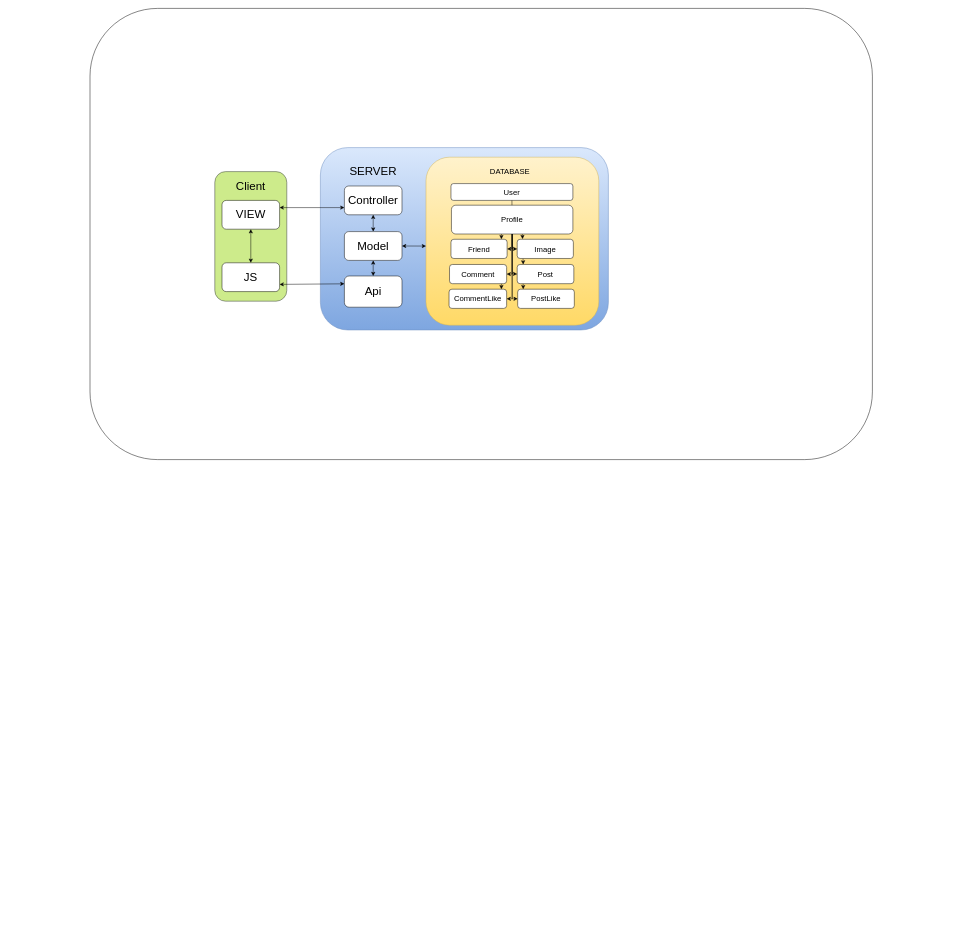
Earlier version of the draw.io diagram Social Media.drawio (jacob-landis/Lumin). Source tidied: cells renumbered, new cells numbered last; positions are measured from the earlier drawing's top-left corner, leaving out a move shared by most shapes. Both pictures are drawn from the tidied source at 48%, with x=0, y=0 at pixel (90, 8).
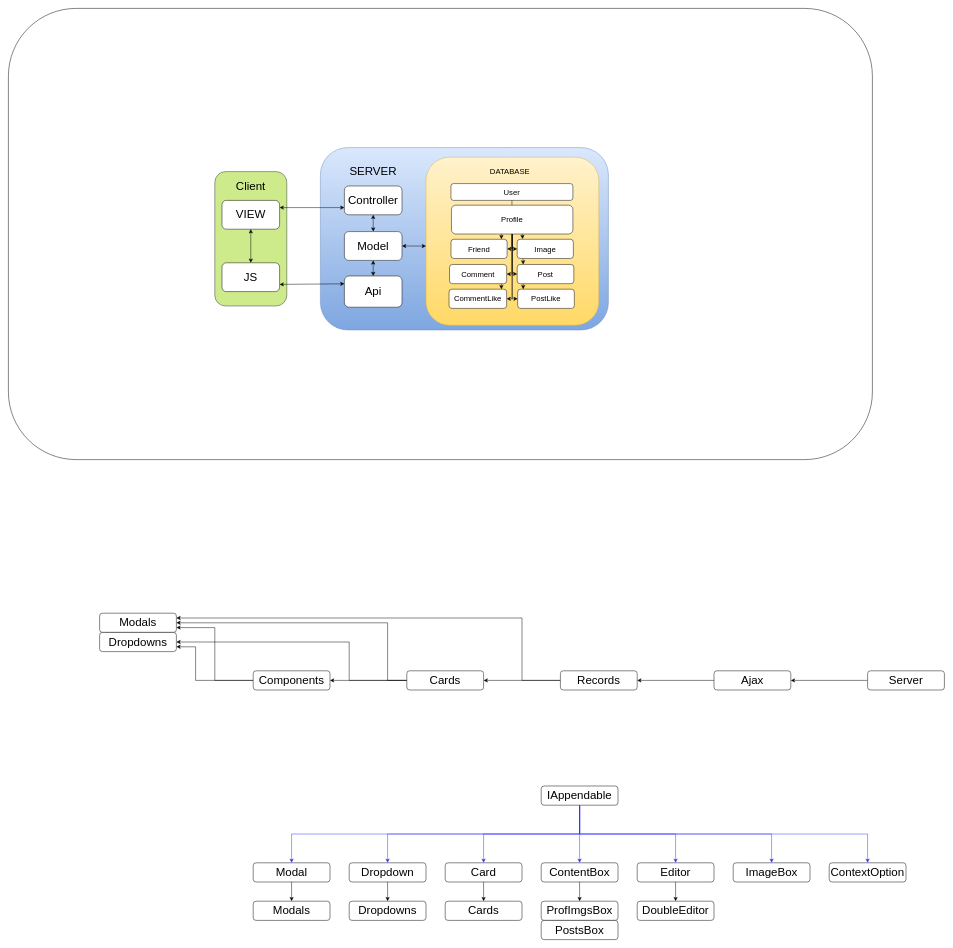
The same page after the edit.

Change to the diagram source:
```diff
@@
     <mxCell id="2" style="rounded=1;whiteSpace=wrap;html=1;fontSize=24;" parent="1" vertex="1">
-      <mxGeometry width="1630" height="940" as="geometry" />
+      <mxGeometry x="-170" width="1800" height="940" as="geometry" />
     </mxCell>
@@
     <mxCell id="4" style="rounded=1;whiteSpace=wrap;html=1;fontSize=24;fillColor=#cdeb8b;strokeColor=#36393d;" parent="1" vertex="1">
-      <mxGeometry x="260" y="340" width="150" height="270" as="geometry" />
+      <mxGeometry x="260" y="340" width="150" height="280" as="geometry" />
     </mxCell>
@@
+    <mxCell id="40" value="Modals" style="rounded=1;whiteSpace=wrap;html=1;fontSize=24;" parent="1" vertex="1">
+      <mxGeometry x="20" y="1260" width="160" height="40" as="geometry" />
+    </mxCell>
+    <mxCell id="41" value="Dropdowns" style="rounded=1;whiteSpace=wrap;html=1;fontSize=24;" parent="1" vertex="1">
+      <mxGeometry x="20" y="1300" width="160" height="40" as="geometry" />
+    </mxCell>
+    <mxCell id="42" style="edgeStyle=orthogonalEdgeStyle;rounded=0;jettySize=auto;html=1;exitX=0;exitY=0.5;exitDx=0;exitDy=0;entryX=1;entryY=0.5;entryDx=0;entryDy=0;" parent="1" edge="1" source="45" target="41">
+      <mxGeometry relative="1" as="geometry">
+        <Array as="points">
+          <mxPoint x="540" y="1400" />
+          <mxPoint x="540" y="1320" />
+        </Array>
+      </mxGeometry>
+    </mxCell>
+    <mxCell id="43" style="edgeStyle=orthogonalEdgeStyle;rounded=0;jettySize=auto;html=1;exitX=0;exitY=0.5;exitDx=0;exitDy=0;entryX=1;entryY=0.5;entryDx=0;entryDy=0;" parent="1" edge="1" source="45" target="53">
+      <mxGeometry relative="1" as="geometry">
+        <Array as="points">
+          <mxPoint x="540" y="1400" />
+          <mxPoint x="540" y="1400" />
+        </Array>
+      </mxGeometry>
+    </mxCell>
+    <mxCell id="44" style="edgeStyle=orthogonalEdgeStyle;rounded=0;jettySize=auto;html=1;exitX=0;exitY=0.5;exitDx=0;exitDy=0;entryX=1;entryY=0.5;entryDx=0;entryDy=0;" parent="1" edge="1" source="45" target="40">
+      <mxGeometry relative="1" as="geometry">
+        <Array as="points">
+          <mxPoint x="620" y="1400" />
+          <mxPoint x="620" y="1280" />
+        </Array>
+      </mxGeometry>
+    </mxCell>
+    <mxCell id="45" value="Cards" style="rounded=1;whiteSpace=wrap;html=1;fontSize=24;" parent="1" vertex="1">
+      <mxGeometry x="660" y="1380" width="160" height="40" as="geometry" />
+    </mxCell>
+    <mxCell id="46" style="edgeStyle=orthogonalEdgeStyle;rounded=0;jettySize=auto;html=1;exitX=0;exitY=0.5;exitDx=0;exitDy=0;entryX=1;entryY=0.5;entryDx=0;entryDy=0;" parent="1" edge="1" source="48" target="45">
+      <mxGeometry relative="1" as="geometry" />
+    </mxCell>
+    <mxCell id="47" style="edgeStyle=orthogonalEdgeStyle;rounded=0;jettySize=auto;html=1;exitX=0;exitY=0.5;exitDx=0;exitDy=0;entryX=1;entryY=0.25;entryDx=0;entryDy=0;" parent="1" edge="1" source="48" target="40">
+      <mxGeometry relative="1" as="geometry">
+        <Array as="points">
+          <mxPoint x="900" y="1400" />
+          <mxPoint x="900" y="1270" />
+        </Array>
+      </mxGeometry>
+    </mxCell>
+    <mxCell id="48" value="Records" style="rounded=1;whiteSpace=wrap;html=1;fontSize=24;" parent="1" vertex="1">
+      <mxGeometry x="980" y="1380" width="160" height="40" as="geometry" />
+    </mxCell>
+    <mxCell id="49" style="edgeStyle=orthogonalEdgeStyle;rounded=0;jettySize=auto;html=1;exitX=0;exitY=0.5;exitDx=0;exitDy=0;entryX=1;entryY=0.5;entryDx=0;entryDy=0;" parent="1" edge="1" source="50" target="48">
+      <mxGeometry relative="1" as="geometry" />
+    </mxCell>
+    <mxCell id="50" value="Ajax" style="rounded=1;whiteSpace=wrap;html=1;fontSize=24;" parent="1" vertex="1">
+      <mxGeometry x="1300" y="1380" width="160" height="40" as="geometry" />
+    </mxCell>
+    <mxCell id="51" style="edgeStyle=orthogonalEdgeStyle;rounded=0;jettySize=auto;html=1;exitX=0;exitY=0.5;exitDx=0;exitDy=0;entryX=1;entryY=0.75;entryDx=0;entryDy=0;" parent="1" edge="1" source="53" target="40">
+      <mxGeometry relative="1" as="geometry" />
+    </mxCell>
+    <mxCell id="52" style="edgeStyle=orthogonalEdgeStyle;rounded=0;jettySize=auto;html=1;exitX=0;exitY=0.5;exitDx=0;exitDy=0;entryX=1;entryY=0.75;entryDx=0;entryDy=0;" parent="1" edge="1" source="53" target="41">
+      <mxGeometry relative="1" as="geometry">
+        <Array as="points">
+          <mxPoint x="220" y="1400" />
+          <mxPoint x="220" y="1330" />
+        </Array>
+      </mxGeometry>
+    </mxCell>
+    <mxCell id="53" value="Components" style="rounded=1;whiteSpace=wrap;html=1;fontSize=24;" parent="1" vertex="1">
+      <mxGeometry x="340" y="1380" width="160" height="40" as="geometry" />
+    </mxCell>
+    <mxCell id="54" style="edgeStyle=orthogonalEdgeStyle;rounded=0;jettySize=auto;html=1;exitX=0;exitY=0.5;exitDx=0;exitDy=0;entryX=1;entryY=0.5;entryDx=0;entryDy=0;" parent="1" edge="1" source="55" target="50">
+      <mxGeometry relative="1" as="geometry" />
+    </mxCell>
+    <mxCell id="55" value="Server" style="rounded=1;whiteSpace=wrap;html=1;fontSize=24;" parent="1" vertex="1">
+      <mxGeometry x="1620" y="1380" width="160" height="40" as="geometry" />
+    </mxCell>
+    <mxCell id="56" style="edgeStyle=orthogonalEdgeStyle;rounded=0;jettySize=auto;html=1;exitX=0.5;exitY=1;exitDx=0;exitDy=0;entryX=0.5;entryY=0;entryDx=0;entryDy=0;" parent="1" edge="1" source="57" target="81">
+      <mxGeometry relative="1" as="geometry" />
+    </mxCell>
+    <mxCell id="57" value="Modal" style="rounded=1;whiteSpace=wrap;html=1;fontSize=24;" parent="1" vertex="1">
+      <mxGeometry x="340" y="1780" width="160" height="40" as="geometry" />
+    </mxCell>
+    <mxCell id="58" style="edgeStyle=orthogonalEdgeStyle;rounded=0;jettySize=auto;html=1;exitX=0.5;exitY=1;exitDx=0;exitDy=0;entryX=0.5;entryY=0;entryDx=0;entryDy=0;" parent="1" edge="1" source="59" target="80">
+      <mxGeometry relative="1" as="geometry" />
+    </mxCell>
+    <mxCell id="59" value="Dropdown" style="rounded=1;whiteSpace=wrap;html=1;fontSize=24;" parent="1" vertex="1">
+      <mxGeometry x="540" y="1780" width="160" height="40" as="geometry" />
+    </mxCell>
+    <mxCell id="60" style="edgeStyle=orthogonalEdgeStyle;rounded=0;jettySize=auto;html=1;exitX=0.5;exitY=1;exitDx=0;exitDy=0;entryX=0.5;entryY=0;entryDx=0;entryDy=0;" parent="1" edge="1" source="61" target="79">
+      <mxGeometry relative="1" as="geometry" />
+    </mxCell>
+    <mxCell id="61" value="Card" style="rounded=1;whiteSpace=wrap;html=1;fontSize=24;" parent="1" vertex="1">
+      <mxGeometry x="740" y="1780" width="160" height="40" as="geometry" />
+    </mxCell>
+    <mxCell id="62" style="edgeStyle=orthogonalEdgeStyle;rounded=0;jettySize=auto;html=1;exitX=0.5;exitY=1;exitDx=0;exitDy=0;entryX=0.5;entryY=0;entryDx=0;entryDy=0;strokeColor=#3333FF;" parent="1" edge="1" source="69" target="72">
+      <mxGeometry relative="1" as="geometry" />
+    </mxCell>
+    <mxCell id="63" style="edgeStyle=orthogonalEdgeStyle;rounded=0;jettySize=auto;html=1;exitX=0.5;exitY=1;exitDx=0;exitDy=0;entryX=0.5;entryY=0;entryDx=0;entryDy=0;strokeColor=#3333FF;" parent="1" edge="1" source="69" target="75">
+      <mxGeometry relative="1" as="geometry" />
+    </mxCell>
+    <mxCell id="64" style="edgeStyle=orthogonalEdgeStyle;rounded=0;jettySize=auto;html=1;exitX=0.5;exitY=1;exitDx=0;exitDy=0;entryX=0.5;entryY=0;entryDx=0;entryDy=0;strokeColor=#3333FF;" parent="1" edge="1" source="69" target="74">
+      <mxGeometry relative="1" as="geometry" />
+    </mxCell>
+    <mxCell id="65" style="edgeStyle=orthogonalEdgeStyle;rounded=0;jettySize=auto;html=1;exitX=0.5;exitY=1;exitDx=0;exitDy=0;entryX=0.5;entryY=0;entryDx=0;entryDy=0;strokeColor=#3333FF;" parent="1" edge="1" source="69" target="71">
+      <mxGeometry relative="1" as="geometry" />
+    </mxCell>
+    <mxCell id="66" style="edgeStyle=orthogonalEdgeStyle;rounded=0;jettySize=auto;html=1;exitX=0.5;exitY=1;exitDx=0;exitDy=0;entryX=0.5;entryY=0;entryDx=0;entryDy=0;strokeColor=#3333FF;" parent="1" edge="1" source="69" target="61">
+      <mxGeometry relative="1" as="geometry" />
+    </mxCell>
+    <mxCell id="67" style="edgeStyle=orthogonalEdgeStyle;rounded=0;jettySize=auto;html=1;exitX=0.5;exitY=1;exitDx=0;exitDy=0;entryX=0.5;entryY=0;entryDx=0;entryDy=0;strokeColor=#3333FF;" parent="1" edge="1" source="69" target="59">
+      <mxGeometry relative="1" as="geometry" />
+    </mxCell>
+    <mxCell id="68" style="edgeStyle=orthogonalEdgeStyle;rounded=0;jettySize=auto;html=1;exitX=0.5;exitY=1;exitDx=0;exitDy=0;entryX=0.5;entryY=0;entryDx=0;entryDy=0;strokeColor=#3333FF;" parent="1" edge="1" source="69" target="57">
+      <mxGeometry relative="1" as="geometry" />
+    </mxCell>
+    <mxCell id="69" value="IAppendable" style="rounded=1;whiteSpace=wrap;html=1;fontSize=24;" parent="1" vertex="1">
+      <mxGeometry x="940" y="1620" width="160" height="40" as="geometry" />
+    </mxCell>
+    <mxCell id="70" style="edgeStyle=orthogonalEdgeStyle;rounded=0;jettySize=auto;html=1;exitX=0.5;exitY=1;exitDx=0;exitDy=0;entryX=0.5;entryY=0;entryDx=0;entryDy=0;" parent="1" edge="1" source="71" target="77">
+      <mxGeometry relative="1" as="geometry" />
+    </mxCell>
+    <mxCell id="71" value="ContentBox" style="rounded=1;whiteSpace=wrap;html=1;fontSize=24;" parent="1" vertex="1">
+      <mxGeometry x="940" y="1780" width="160" height="40" as="geometry" />
+    </mxCell>
+    <mxCell id="72" value="ContextOption" style="rounded=1;whiteSpace=wrap;html=1;fontSize=24;" parent="1" vertex="1">
+      <mxGeometry x="1540" y="1780" width="160" height="40" as="geometry" />
+    </mxCell>
+    <mxCell id="73" style="edgeStyle=orthogonalEdgeStyle;rounded=0;jettySize=auto;html=1;exitX=0.5;exitY=1;exitDx=0;exitDy=0;entryX=0.5;entryY=0;entryDx=0;entryDy=0;" parent="1" edge="1" source="74" target="76">
+      <mxGeometry relative="1" as="geometry" />
+    </mxCell>
+    <mxCell id="74" value="Editor" style="rounded=1;whiteSpace=wrap;html=1;fontSize=24;" parent="1" vertex="1">
+      <mxGeometry x="1140" y="1780" width="160" height="40" as="geometry" />
+    </mxCell>
+    <mxCell id="75" value="ImageBox" style="rounded=1;whiteSpace=wrap;html=1;fontSize=24;" parent="1" vertex="1">
+      <mxGeometry x="1340" y="1780" width="160" height="40" as="geometry" />
+    </mxCell>
+    <mxCell id="76" value="DoubleEditor" style="rounded=1;whiteSpace=wrap;html=1;fontSize=24;" parent="1" vertex="1">
+      <mxGeometry x="1140" y="1860" width="160" height="40" as="geometry" />
+    </mxCell>
+    <mxCell id="77" value="ProfImgsBox" style="rounded=1;whiteSpace=wrap;html=1;fontSize=24;" parent="1" vertex="1">
+      <mxGeometry x="940" y="1860" width="160" height="40" as="geometry" />
+    </mxCell>
+    <mxCell id="78" value="PostsBox" style="rounded=1;whiteSpace=wrap;html=1;fontSize=24;" parent="1" vertex="1">
+      <mxGeometry x="940" y="1900" width="160" height="40" as="geometry" />
+    </mxCell>
+    <mxCell id="79" value="Cards" style="rounded=1;whiteSpace=wrap;html=1;fontSize=24;" parent="1" vertex="1">
+      <mxGeometry x="740" y="1860" width="160" height="40" as="geometry" />
+    </mxCell>
+    <mxCell id="80" value="Dropdowns" style="rounded=1;whiteSpace=wrap;html=1;fontSize=24;" parent="1" vertex="1">
+      <mxGeometry x="540" y="1860" width="160" height="40" as="geometry" />
+    </mxCell>
+    <mxCell id="81" value="Modals" style="rounded=1;whiteSpace=wrap;html=1;fontSize=24;" parent="1" vertex="1">
+      <mxGeometry x="340" y="1860" width="160" height="40" as="geometry" />
+    </mxCell>
```
